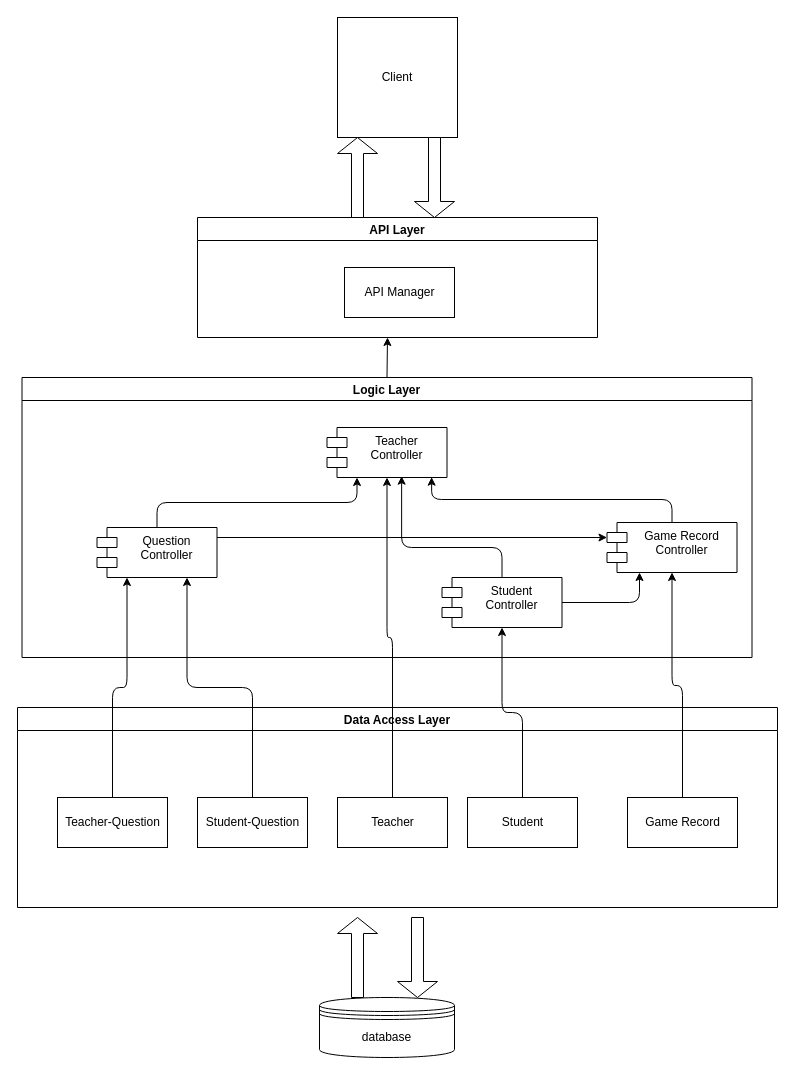
Before: backend/Architecture_Diagram.drawio in zhangyongzhe20/CZ3003, a draw.io diagram. Source tidied: cells renumbered, new cells numbered last; positions are measured from the earlier drawing's top-left corner, leaving out a move shared by most shapes. Both pictures are drawn from the tidied source at 100%, with x=0, y=0 at pixel (17, 17).
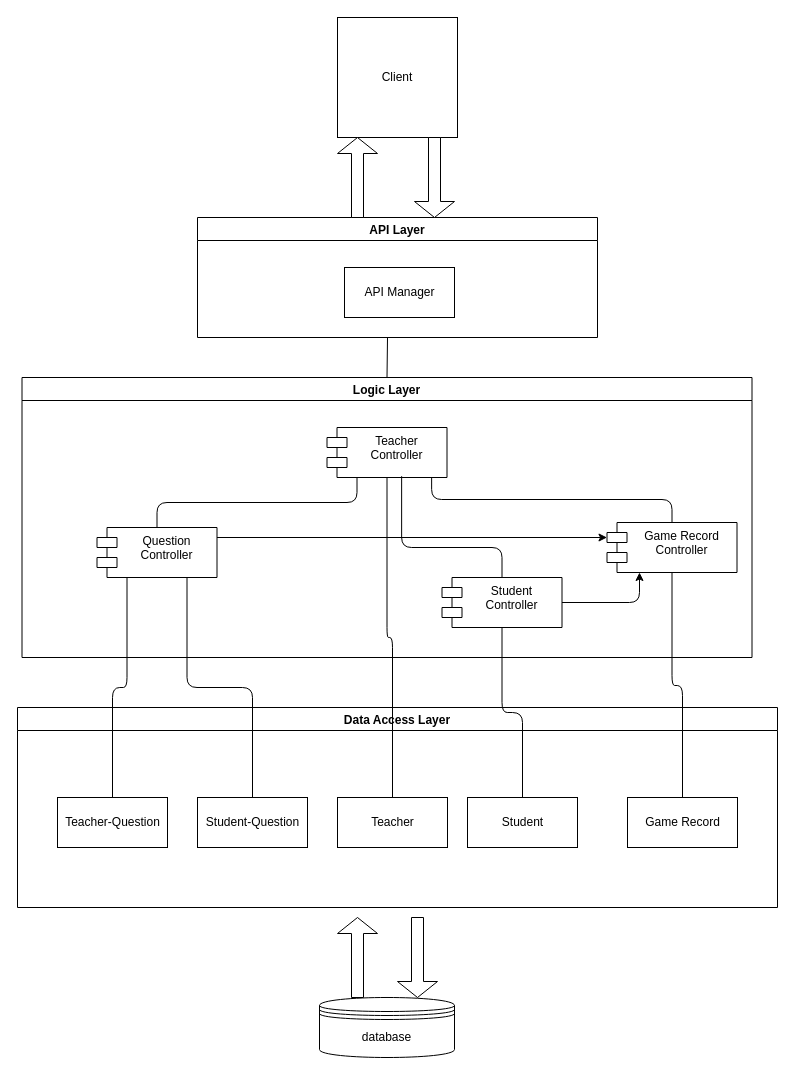
The same diagram, later.

Unchanged cells that the change refers to:
```xml
<mxCell id="3" value="Logic Layer" style="swimlane;" parent="1" vertex="1">
  <mxGeometry x="4.5" y="360" width="730" height="280" as="geometry" />
</mxCell>
<mxCell id="4" value="Game Record &#10;Controller" style="shape=module;align=left;spacingLeft=20;align=center;verticalAlign=top;" parent="3" vertex="1">
  <mxGeometry x="585" y="145" width="130" height="50" as="geometry" />
</mxCell>
<mxCell id="5" value="Teacher&#10;Controller" style="shape=module;align=left;spacingLeft=20;align=center;verticalAlign=top;" parent="3" vertex="1">
  <mxGeometry x="305" y="50" width="120" height="50" as="geometry" />
</mxCell>
<mxCell id="6" value="Student&#10;Controller" style="shape=module;align=left;spacingLeft=20;align=center;verticalAlign=top;" parent="3" vertex="1">
  <mxGeometry x="420" y="200" width="120" height="50" as="geometry" />
</mxCell>
<mxCell id="7" value="Question&#10;Controller" style="shape=module;align=left;spacingLeft=20;align=center;verticalAlign=top;" parent="3" vertex="1">
  <mxGeometry x="75" y="150" width="120" height="50" as="geometry" />
</mxCell>
<mxCell id="14" value="Teacher-Question" style="html=1;" parent="13" vertex="1">
  <mxGeometry x="40" y="90" width="110" height="50" as="geometry" />
</mxCell>
<mxCell id="15" value="Student-Question" style="html=1;" parent="13" vertex="1">
  <mxGeometry x="180" y="90" width="110" height="50" as="geometry" />
</mxCell>
<mxCell id="16" value="Teacher" style="html=1;" parent="13" vertex="1">
  <mxGeometry x="320" y="90" width="110" height="50" as="geometry" />
</mxCell>
<mxCell id="17" value="Student" style="html=1;" parent="13" vertex="1">
  <mxGeometry x="450" y="90" width="110" height="50" as="geometry" />
</mxCell>
<mxCell id="18" value="Game Record" style="html=1;" parent="13" vertex="1">
  <mxGeometry x="610" y="90" width="110" height="50" as="geometry" />
</mxCell>
```

The edit, as a diff of the source:
```diff
@@
-    <mxCell id="10" style="edgeStyle=elbowEdgeStyle;elbow=vertical;endArrow=classic;html=1;exitX=0.5;exitY=0;exitDx=0;exitDy=0;entryX=0.25;entryY=1;entryDx=0;entryDy=0;" parent="3" edge="1" source="7" target="5">
+    <mxCell id="10" style="edgeStyle=elbowEdgeStyle;elbow=vertical;endArrow=none;html=1;exitX=0.5;exitY=0;exitDx=0;exitDy=0;entryX=0.25;entryY=1;entryDx=0;entryDy=0;endFill=0;" parent="3" edge="1" source="7" target="5">
       <mxGeometry relative="1" as="geometry" />
     </mxCell>
-    <mxCell id="11" style="edgeStyle=elbowEdgeStyle;elbow=vertical;endArrow=classic;html=1;entryX=0.622;entryY=0.974;entryDx=0;entryDy=0;entryPerimeter=0;exitX=0.5;exitY=0;exitDx=0;exitDy=0;" parent="3" edge="1" source="6" target="5">
+    <mxCell id="11" style="edgeStyle=elbowEdgeStyle;elbow=vertical;endArrow=none;html=1;entryX=0.622;entryY=0.974;entryDx=0;entryDy=0;entryPerimeter=0;exitX=0.5;exitY=0;exitDx=0;exitDy=0;endFill=0;" parent="3" edge="1" source="6" target="5">
       <mxGeometry relative="1" as="geometry">
         <Array as="points">
           <mxPoint x="440" y="170" />
         </Array>
       </mxGeometry>
     </mxCell>
-    <mxCell id="12" style="edgeStyle=elbowEdgeStyle;elbow=vertical;endArrow=classic;html=1;entryX=0.872;entryY=0.994;entryDx=0;entryDy=0;entryPerimeter=0;exitX=0.5;exitY=0;exitDx=0;exitDy=0;" parent="3" edge="1" source="4" target="5">
+    <mxCell id="12" style="edgeStyle=elbowEdgeStyle;elbow=vertical;endArrow=none;html=1;entryX=0.872;entryY=0.994;entryDx=0;entryDy=0;entryPerimeter=0;exitX=0.5;exitY=0;exitDx=0;exitDy=0;endFill=0;" parent="3" edge="1" source="4" target="5">
       <mxGeometry relative="1" as="geometry" />
     </mxCell>
@@
-    <mxCell id="21" style="edgeStyle=elbowEdgeStyle;elbow=vertical;endArrow=classic;html=1;entryX=0.25;entryY=1;entryDx=0;entryDy=0;exitX=0.5;exitY=0;exitDx=0;exitDy=0;" parent="1" edge="1" source="14" target="7">
+    <mxCell id="21" style="edgeStyle=elbowEdgeStyle;elbow=vertical;endArrow=none;html=1;entryX=0.25;entryY=1;entryDx=0;entryDy=0;exitX=0.5;exitY=0;exitDx=0;exitDy=0;endFill=0;" parent="1" edge="1" source="14" target="7">
       <mxGeometry relative="1" as="geometry" />
     </mxCell>
-    <mxCell id="22" style="edgeStyle=elbowEdgeStyle;elbow=vertical;endArrow=classic;html=1;entryX=0.75;entryY=1;entryDx=0;entryDy=0;" parent="1" edge="1" source="15" target="7">
+    <mxCell id="22" style="edgeStyle=elbowEdgeStyle;elbow=vertical;endArrow=none;html=1;entryX=0.75;entryY=1;entryDx=0;entryDy=0;endFill=0;" parent="1" edge="1" source="15" target="7">
       <mxGeometry relative="1" as="geometry" />
     </mxCell>
-    <mxCell id="23" style="edgeStyle=elbowEdgeStyle;elbow=vertical;endArrow=classic;html=1;entryX=0.5;entryY=1;entryDx=0;entryDy=0;" parent="1" edge="1" source="16" target="5">
+    <mxCell id="23" style="edgeStyle=elbowEdgeStyle;elbow=vertical;endArrow=none;html=1;entryX=0.5;entryY=1;entryDx=0;entryDy=0;endFill=0;" parent="1" edge="1" source="16" target="5">
       <mxGeometry relative="1" as="geometry" />
     </mxCell>
-    <mxCell id="24" style="edgeStyle=elbowEdgeStyle;elbow=vertical;endArrow=classic;html=1;entryX=0.5;entryY=1;entryDx=0;entryDy=0;exitX=0.5;exitY=0;exitDx=0;exitDy=0;" parent="1" edge="1" source="17" target="6">
+    <mxCell id="24" style="edgeStyle=elbowEdgeStyle;elbow=vertical;endArrow=none;html=1;entryX=0.5;entryY=1;entryDx=0;entryDy=0;exitX=0.5;exitY=0;exitDx=0;exitDy=0;endFill=0;" parent="1" edge="1" source="17" target="6">
       <mxGeometry relative="1" as="geometry" />
     </mxCell>
-    <mxCell id="25" style="edgeStyle=elbowEdgeStyle;elbow=vertical;endArrow=classic;html=1;entryX=0.5;entryY=1;entryDx=0;entryDy=0;exitX=0.5;exitY=0;exitDx=0;exitDy=0;" parent="1" edge="1" source="18" target="4">
+    <mxCell id="25" style="edgeStyle=elbowEdgeStyle;elbow=vertical;endArrow=none;html=1;entryX=0.5;entryY=1;entryDx=0;entryDy=0;exitX=0.5;exitY=0;exitDx=0;exitDy=0;endFill=0;" parent="1" edge="1" source="18" target="4">
       <mxGeometry relative="1" as="geometry" />
     </mxCell>
@@
-    <mxCell id="31" style="endArrow=classic;html=1;exitX=0.5;exitY=0;exitDx=0;exitDy=0;" parent="1" edge="1" source="3">
+    <mxCell id="31" style="endArrow=none;html=1;exitX=0.5;exitY=0;exitDx=0;exitDy=0;endFill=0;" parent="1" edge="1" source="3">
       <mxGeometry relative="1" as="geometry">
         <mxPoint x="370" y="320" as="targetPoint" />
       </mxGeometry>
     </mxCell>
```
